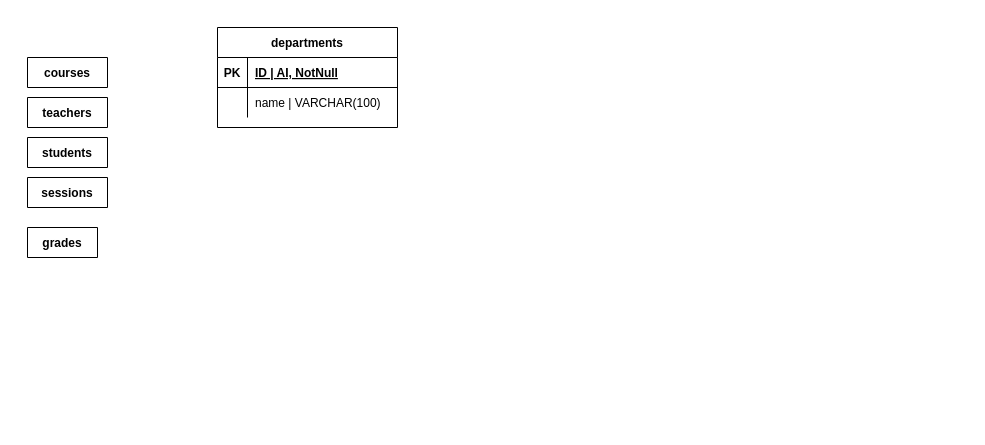
Earlier version of the draw.io diagram db_university.drawio (Moonatic89/db-university). Source tidied: cells renumbered, new cells numbered last; positions are measured from the earlier drawing's top-left corner, leaving out a move shared by most shapes. Both pictures are drawn from the tidied source at 100%, with x=0, y=0 at pixel (27, 27).
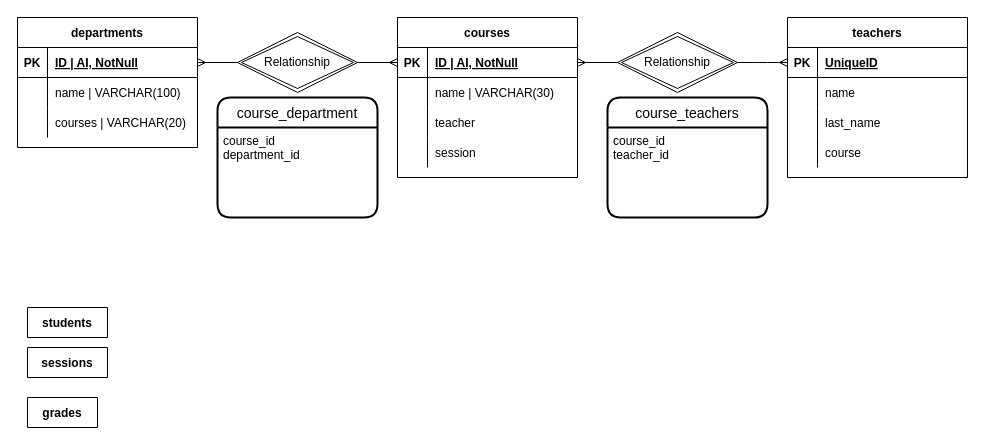
The same page after the edit.

Commit message:
TEST - Courses and Teachers raw

The change refers to these unchanged cells:
```xml
<mxCell id="3" style="shape=partialRectangle;fillColor=none;top=0;left=0;bottom=1;right=0;points=[[0,0.5],[1,0.5]];portConstraint=eastwest;" parent="2" vertex="1">
  <mxGeometry y="30" width="180" height="30" as="geometry" />
</mxCell>
```

Change to the diagram source:
```diff
@@
     <mxCell id="2" value="departments" style="shape=table;startSize=30;childLayout=tableLayout;rowLines=0;fontStyle=1;align=center;" parent="1" vertex="1">
-      <mxGeometry x="190" width="180" height="100" as="geometry" />
+      <mxGeometry x="-10" y="-10" width="180" height="130" as="geometry" />
     </mxCell>
@@
+    <mxCell id="14" style="shape=partialRectangle;fillColor=none;top=0;left=0;bottom=0;right=0;" parent="2" vertex="1">
+      <mxGeometry y="90" width="180" height="30" as="geometry" />
+    </mxCell>
+    <mxCell id="15" style="shape=partialRectangle;fillColor=none;top=0;left=0;bottom=0;right=0;overflow=hidden;" parent="14" vertex="1">
+      <mxGeometry width="30" height="30" as="geometry" />
+    </mxCell>
+    <mxCell id="16" value="courses | VARCHAR(20)" style="shape=partialRectangle;fillColor=none;top=0;left=0;bottom=0;right=0;align=left;spacingLeft=6;overflow=hidden;" parent="14" vertex="1">
+      <mxGeometry x="30" width="150" height="30" as="geometry" />
+    </mxCell>
-    <mxCell id="9" value="courses" style="shape=table;startSize=30;childLayout=tableLayout;rowLines=0;fontStyle=1;align=center;" parent="1" vertex="1" collapsed="1">
-      <mxGeometry y="30" width="80" height="30" as="geometry" />
+    <mxCell id="9" value="courses" style="shape=table;startSize=30;childLayout=tableLayout;rowLines=0;fontStyle=1;align=center;" parent="1" vertex="1">
+      <mxGeometry x="370" y="-10" width="180" height="160" as="geometry" />
     </mxCell>
+    <mxCell id="17" style="shape=partialRectangle;fillColor=none;top=0;left=0;bottom=1;right=0;points=[[0,0.5],[1,0.5]];portConstraint=eastwest;" parent="9" vertex="1">
+      <mxGeometry y="30" width="180" height="30" as="geometry" />
+    </mxCell>
+    <mxCell id="18" value="PK" style="shape=partialRectangle;fillColor=none;top=0;left=0;bottom=0;right=0;fontStyle=1;overflow=hidden;" parent="17" vertex="1">
+      <mxGeometry width="30" height="30" as="geometry" />
+    </mxCell>
+    <mxCell id="19" value="ID | AI, NotNull" style="shape=partialRectangle;fillColor=none;top=0;left=0;bottom=0;right=0;align=left;spacingLeft=6;fontStyle=5;overflow=hidden;" parent="17" vertex="1">
+      <mxGeometry x="30" width="150" height="30" as="geometry" />
+    </mxCell>
+    <mxCell id="20" style="shape=partialRectangle;fillColor=none;top=0;left=0;bottom=0;right=0;" parent="9" vertex="1">
+      <mxGeometry y="60" width="180" height="30" as="geometry" />
+    </mxCell>
+    <mxCell id="21" style="shape=partialRectangle;fillColor=none;top=0;left=0;bottom=0;right=0;overflow=hidden;" parent="20" vertex="1">
+      <mxGeometry width="30" height="30" as="geometry" />
+    </mxCell>
+    <mxCell id="22" value="name | VARCHAR(30)" style="shape=partialRectangle;fillColor=none;top=0;left=0;bottom=0;right=0;align=left;spacingLeft=6;overflow=hidden;" parent="20" vertex="1">
+      <mxGeometry x="30" width="150" height="30" as="geometry" />
+    </mxCell>
+    <mxCell id="23" style="shape=partialRectangle;fillColor=none;top=0;left=0;bottom=0;right=0;" parent="9" vertex="1">
+      <mxGeometry y="90" width="180" height="30" as="geometry" />
+    </mxCell>
+    <mxCell id="24" style="shape=partialRectangle;fillColor=none;top=0;left=0;bottom=0;right=0;overflow=hidden;" parent="23" vertex="1">
+      <mxGeometry width="30" height="30" as="geometry" />
+    </mxCell>
+    <mxCell id="25" value="teacher" style="shape=partialRectangle;fillColor=none;top=0;left=0;bottom=0;right=0;align=left;spacingLeft=6;overflow=hidden;" parent="23" vertex="1">
+      <mxGeometry x="30" width="150" height="30" as="geometry" />
+    </mxCell>
+    <mxCell id="26" style="shape=partialRectangle;fillColor=none;top=0;left=0;bottom=0;right=0;" parent="9" vertex="1">
+      <mxGeometry y="120" width="180" height="30" as="geometry" />
+    </mxCell>
+    <mxCell id="27" style="shape=partialRectangle;fillColor=none;top=0;left=0;bottom=0;right=0;overflow=hidden;" parent="26" vertex="1">
+      <mxGeometry width="30" height="30" as="geometry" />
+    </mxCell>
+    <mxCell id="28" value="session" style="shape=partialRectangle;fillColor=none;top=0;left=0;bottom=0;right=0;align=left;spacingLeft=6;overflow=hidden;" parent="26" vertex="1">
+      <mxGeometry x="30" width="150" height="30" as="geometry" />
+    </mxCell>
-    <mxCell id="10" value="teachers" style="shape=table;startSize=30;childLayout=tableLayout;rowLines=0;fontStyle=1;align=center;" parent="1" vertex="1" collapsed="1">
-      <mxGeometry y="70" width="80" height="30" as="geometry" />
+    <mxCell id="10" value="teachers" style="shape=table;startSize=30;childLayout=tableLayout;rowLines=0;fontStyle=1;align=center;" parent="1" vertex="1">
+      <mxGeometry x="760" y="-10" width="180" height="160" as="geometry" />
     </mxCell>
+    <mxCell id="29" style="shape=partialRectangle;fillColor=none;top=0;left=0;bottom=1;right=0;points=[[0,0.5],[1,0.5]];portConstraint=eastwest;" parent="10" vertex="1">
+      <mxGeometry y="30" width="180" height="30" as="geometry" />
+    </mxCell>
+    <mxCell id="30" value="PK" style="shape=partialRectangle;fillColor=none;top=0;left=0;bottom=0;right=0;fontStyle=1;overflow=hidden;" parent="29" vertex="1">
+      <mxGeometry width="30" height="30" as="geometry" />
+    </mxCell>
+    <mxCell id="31" value="UniqueID" style="shape=partialRectangle;fillColor=none;top=0;left=0;bottom=0;right=0;align=left;spacingLeft=6;fontStyle=5;overflow=hidden;" parent="29" vertex="1">
+      <mxGeometry x="30" width="150" height="30" as="geometry" />
+    </mxCell>
+    <mxCell id="32" style="shape=partialRectangle;fillColor=none;top=0;left=0;bottom=0;right=0;" parent="10" vertex="1">
+      <mxGeometry y="60" width="180" height="30" as="geometry" />
+    </mxCell>
+    <mxCell id="33" style="shape=partialRectangle;fillColor=none;top=0;left=0;bottom=0;right=0;overflow=hidden;" parent="32" vertex="1">
+      <mxGeometry width="30" height="30" as="geometry" />
+    </mxCell>
+    <mxCell id="34" value="name" style="shape=partialRectangle;fillColor=none;top=0;left=0;bottom=0;right=0;align=left;spacingLeft=6;overflow=hidden;" parent="32" vertex="1">
+      <mxGeometry x="30" width="150" height="30" as="geometry" />
+    </mxCell>
+    <mxCell id="35" style="shape=partialRectangle;fillColor=none;top=0;left=0;bottom=0;right=0;" parent="10" vertex="1">
+      <mxGeometry y="90" width="180" height="30" as="geometry" />
+    </mxCell>
+    <mxCell id="36" style="shape=partialRectangle;fillColor=none;top=0;left=0;bottom=0;right=0;overflow=hidden;" parent="35" vertex="1">
+      <mxGeometry width="30" height="30" as="geometry" />
+    </mxCell>
+    <mxCell id="37" value="last_name" style="shape=partialRectangle;fillColor=none;top=0;left=0;bottom=0;right=0;align=left;spacingLeft=6;overflow=hidden;" parent="35" vertex="1">
+      <mxGeometry x="30" width="150" height="30" as="geometry" />
+    </mxCell>
+    <mxCell id="38" style="shape=partialRectangle;fillColor=none;top=0;left=0;bottom=0;right=0;" parent="10" vertex="1">
+      <mxGeometry y="120" width="180" height="30" as="geometry" />
+    </mxCell>
+    <mxCell id="39" style="shape=partialRectangle;fillColor=none;top=0;left=0;bottom=0;right=0;overflow=hidden;" parent="38" vertex="1">
+      <mxGeometry width="30" height="30" as="geometry" />
+    </mxCell>
+    <mxCell id="40" value="course" style="shape=partialRectangle;fillColor=none;top=0;left=0;bottom=0;right=0;align=left;spacingLeft=6;overflow=hidden;" parent="38" vertex="1">
+      <mxGeometry x="30" width="150" height="30" as="geometry" />
+    </mxCell>
     <mxCell id="11" value="students" style="shape=table;startSize=30;childLayout=tableLayout;rowLines=0;fontStyle=1;align=center;" parent="1" vertex="1" collapsed="1">
-      <mxGeometry y="110" width="80" height="30" as="geometry" />
+      <mxGeometry y="280" width="80" height="30" as="geometry" />
     </mxCell>
     <mxCell id="12" value="sessions" style="shape=table;startSize=30;childLayout=tableLayout;rowLines=0;fontStyle=1;align=center;" parent="1" vertex="1" collapsed="1">
-      <mxGeometry y="150" width="80" height="30" as="geometry" />
+      <mxGeometry y="320" width="80" height="30" as="geometry" />
     </mxCell>
     <mxCell id="13" value="grades" style="shape=table;startSize=30;childLayout=tableLayout;rowLines=0;fontStyle=1;align=center;" parent="1" vertex="1" collapsed="1">
-      <mxGeometry y="200" width="70" height="30" as="geometry" />
+      <mxGeometry y="370" width="70" height="30" as="geometry" />
     </mxCell>
+    <mxCell id="41" style="edgeStyle=entityRelationEdgeStyle;fontSize=12;html=1;endArrow=ERmany;startArrow=none;exitX=1;exitY=0.5;exitDx=0;exitDy=0;entryX=0;entryY=0.5;entryDx=0;entryDy=0;" parent="1" edge="1" source="42" target="17">
+      <mxGeometry relative="1" as="geometry" />
+    </mxCell>
+    <mxCell id="42" value="Relationship" style="shape=rhombus;double=1;perimeter=rhombusPerimeter;whiteSpace=wrap;html=1;align=center;" parent="1" vertex="1">
+      <mxGeometry x="210" y="5" width="120" height="60" as="geometry" />
+    </mxCell>
+    <mxCell id="43" style="edgeStyle=entityRelationEdgeStyle;fontSize=12;html=1;endArrow=none;startArrow=ERmany;exitX=1;exitY=0.5;exitDx=0;exitDy=0;entryX=0;entryY=0.5;entryDx=0;entryDy=0;" parent="1" edge="1" source="3" target="42">
+      <mxGeometry relative="1" as="geometry" />
+    </mxCell>
+    <mxCell id="44" value="course_department" style="swimlane;horizontal=1;startSize=30;rounded=1;fontSize=14;fontStyle=0;strokeWidth=2;shadow=0;dashed=0;align=center;" parent="1" vertex="1">
+      <mxGeometry x="190" y="70" width="160" height="120" as="geometry" />
+    </mxCell>
+    <mxCell id="45" value="course_id&#10;department_id" style="align=left;strokeColor=none;fillColor=none;spacingLeft=4;fontSize=12;verticalAlign=top;" parent="44" vertex="1">
+      <mxGeometry y="30" width="160" height="90" as="geometry" />
+    </mxCell>
+    <mxCell id="46" style="edgeStyle=entityRelationEdgeStyle;fontSize=12;html=1;endArrow=ERmany;startArrow=none;exitX=1;exitY=0.5;exitDx=0;exitDy=0;entryX=0;entryY=0.5;entryDx=0;entryDy=0;" parent="1" edge="1" source="47" target="29">
+      <mxGeometry relative="1" as="geometry" />
+    </mxCell>
+    <mxCell id="47" value="Relationship" style="shape=rhombus;double=1;perimeter=rhombusPerimeter;whiteSpace=wrap;html=1;align=center;" parent="1" vertex="1">
+      <mxGeometry x="590" y="5" width="120" height="60" as="geometry" />
+    </mxCell>
+    <mxCell id="48" style="edgeStyle=entityRelationEdgeStyle;fontSize=12;html=1;endArrow=none;startArrow=ERmany;exitX=1;exitY=0.5;exitDx=0;exitDy=0;entryX=0;entryY=0.5;entryDx=0;entryDy=0;" parent="1" edge="1" source="17" target="47">
+      <mxGeometry relative="1" as="geometry" />
+    </mxCell>
+    <mxCell id="49" value="course_teachers" style="swimlane;horizontal=1;startSize=30;rounded=1;fontSize=14;fontStyle=0;strokeWidth=2;shadow=0;dashed=0;align=center;" parent="1" vertex="1">
+      <mxGeometry x="580" y="70" width="160" height="120" as="geometry" />
+    </mxCell>
+    <mxCell id="50" style="edgeStyle=none;html=1;" parent="49" edge="1" source="51" target="49">
+      <mxGeometry relative="1" as="geometry" />
+    </mxCell>
+    <mxCell id="51" value="course_id&#10;teacher_id" style="align=left;strokeColor=none;fillColor=none;spacingLeft=4;fontSize=12;verticalAlign=top;" parent="49" vertex="1">
+      <mxGeometry y="30" width="160" height="90" as="geometry" />
+    </mxCell>
```
